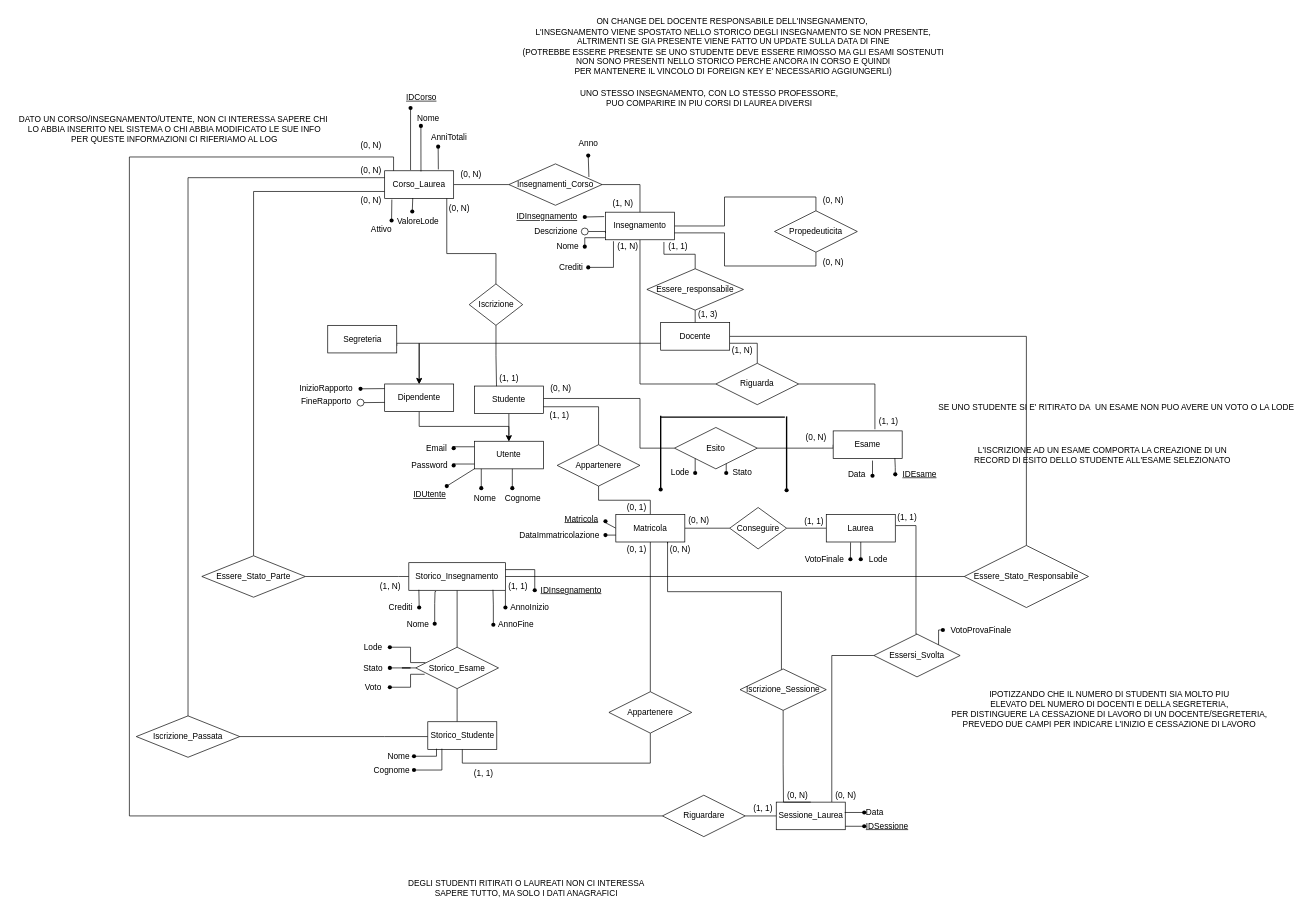
This is page "ER" (1 of 2) of Esamiv1.drawio from michelebolis/UniversityExamSystem, a draw.io file, before an edit. Source tidied: cells renumbered, new cells numbered last; positions are measured from the earlier drawing's top-left corner, leaving out a move shared by most shapes. Both pictures are drawn from the tidied source at 69%, with x=0, y=0 at pixel (12, 12).
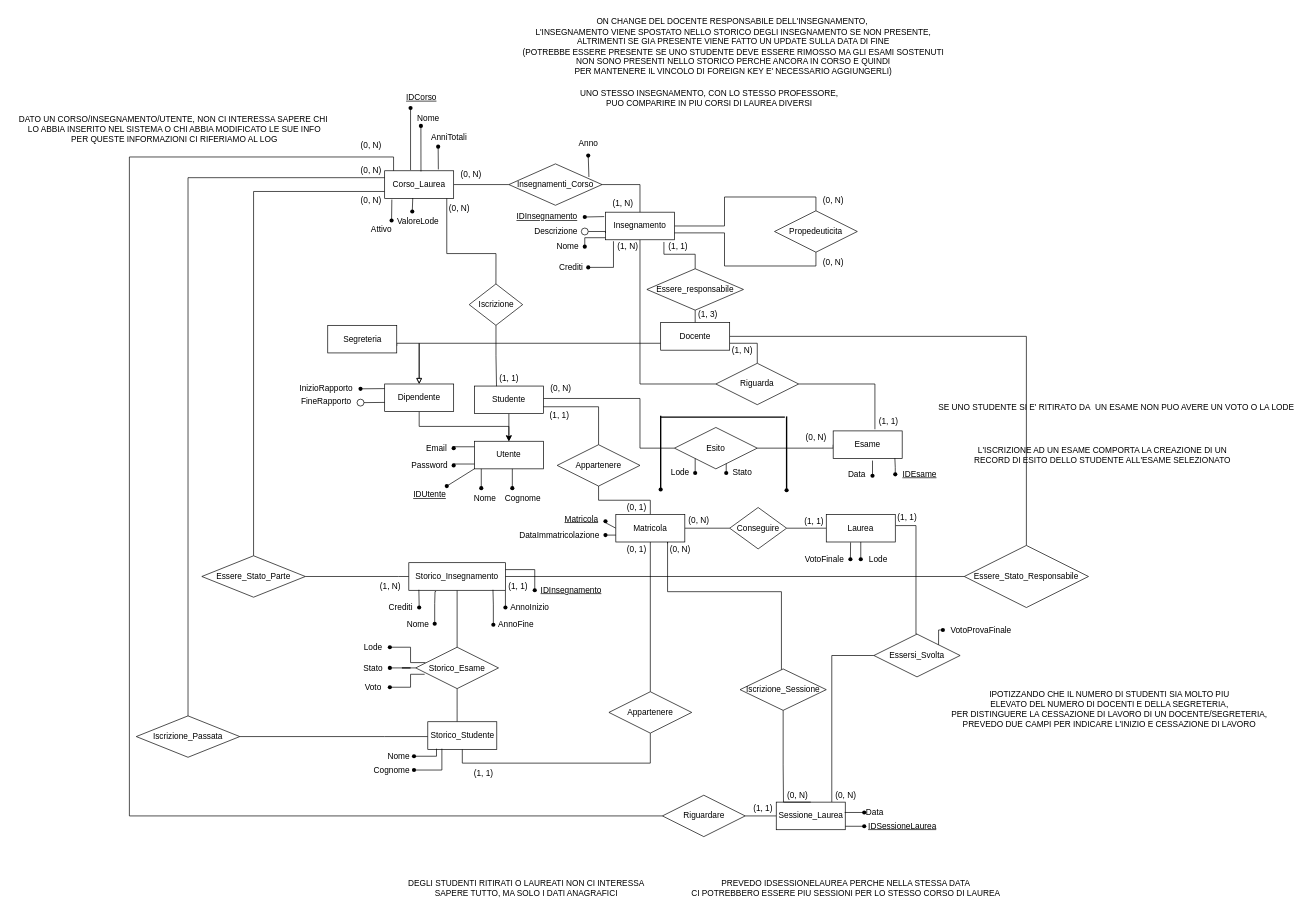
Above is the later version.

The change refers to these unchanged cells:
```xml
<mxCell id="10" value="Docente" style="whiteSpace=wrap;html=1;align=center;" parent="1" vertex="1">
  <mxGeometry x="940" y="450" width="100" height="40" as="geometry" />
</mxCell>
<mxCell id="12" value="Segreteria" style="whiteSpace=wrap;html=1;align=center;" parent="1" vertex="1">
  <mxGeometry x="457.5" y="454" width="100" height="40" as="geometry" />
</mxCell>
<mxCell id="66" value="Dipendente" style="whiteSpace=wrap;html=1;align=center;" parent="1" vertex="1">
  <mxGeometry x="540" y="539" width="100" height="40" as="geometry" />
</mxCell>
```

What changed in the source:
```diff
@@
-    <mxCell id="6" style="edgeStyle=orthogonalEdgeStyle;rounded=0;jettySize=auto;html=1;entryX=0.5;entryY=0;entryDx=0;entryDy=0;" parent="1" edge="1" source="10" target="66">
+    <mxCell id="6" style="edgeStyle=orthogonalEdgeStyle;rounded=0;jettySize=auto;html=1;entryX=0.5;entryY=0;entryDx=0;entryDy=0;endArrow=block;endFill=0;" parent="1" edge="1" source="10" target="66">
       <mxGeometry relative="1" as="geometry">
         <Array as="points">
           <mxPoint x="590" y="480" />
         </Array>
       </mxGeometry>
     </mxCell>
@@
-    <mxCell id="11" style="edgeStyle=orthogonalEdgeStyle;rounded=0;jettySize=auto;html=1;entryX=0.5;entryY=0;entryDx=0;entryDy=0;exitX=1;exitY=0.75;exitDx=0;exitDy=0;" parent="1" edge="1" source="12" target="66">
+    <mxCell id="11" style="edgeStyle=orthogonalEdgeStyle;rounded=0;jettySize=auto;html=1;entryX=0.5;entryY=0;entryDx=0;entryDy=0;exitX=1;exitY=0.75;exitDx=0;exitDy=0;endArrow=block;endFill=0;" parent="1" edge="1" source="12" target="66">
       <mxGeometry relative="1" as="geometry">
         <Array as="points">
           <mxPoint x="557" y="480" />
           <mxPoint x="590" y="480" />
         </Array>
       </mxGeometry>
     </mxCell>
@@
-    <mxCell id="171" value="IDSessione" style="text;html=1;align=center;verticalAlign=middle;strokeColor=none;fillColor=none;fontStyle=4;" parent="1" vertex="1">
-      <mxGeometry x="1228" y="1165" width="80" height="30" as="geometry" />
+    <mxCell id="171" value="IDSessioneLaurea" style="text;html=1;align=center;verticalAlign=middle;strokeColor=none;fillColor=none;fontStyle=4;" parent="1" vertex="1">
+      <mxGeometry x="1230" y="1165" width="120" height="30" as="geometry" />
     </mxCell>
@@
+    <mxCell id="224" value="PREVEDO IDSESSIONELAUREA PERCHE NELLA STESSA DATA &lt;br&gt;CI POTREBBERO ESSERE PIU SESSIONI PER LO STESSO CORSO DI LAUREA" style="text;html=1;align=center;verticalAlign=middle;strokeColor=none;fillColor=none;" parent="1" vertex="1">
+      <mxGeometry x="972.5" y="1250" width="470" height="40" as="geometry" />
+    </mxCell>
```
